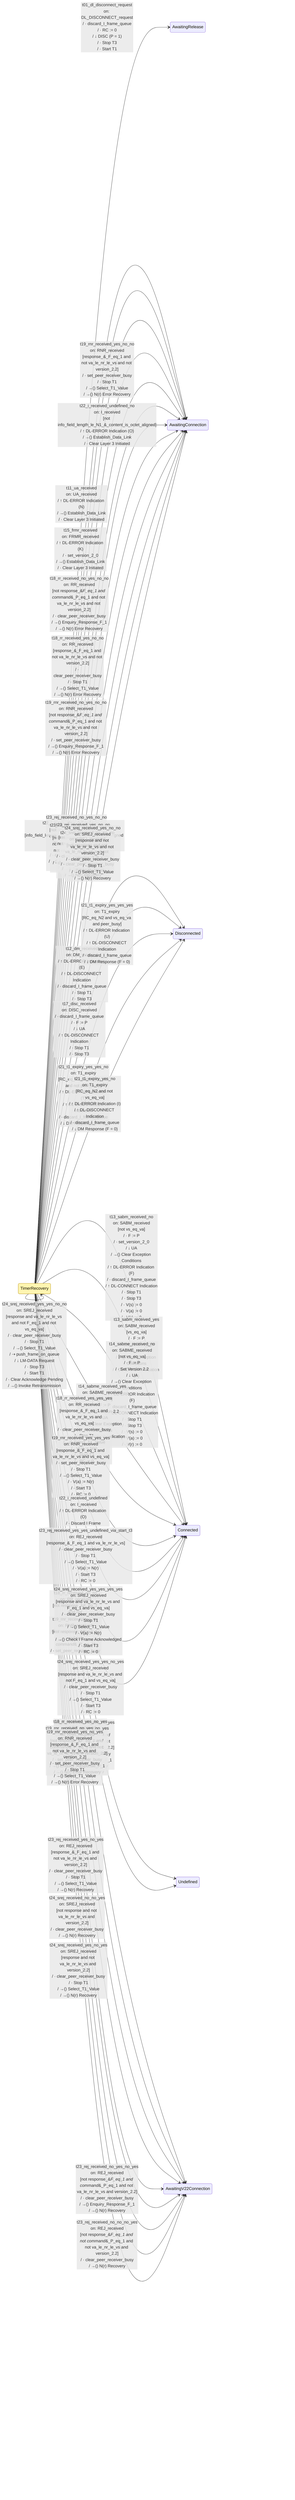
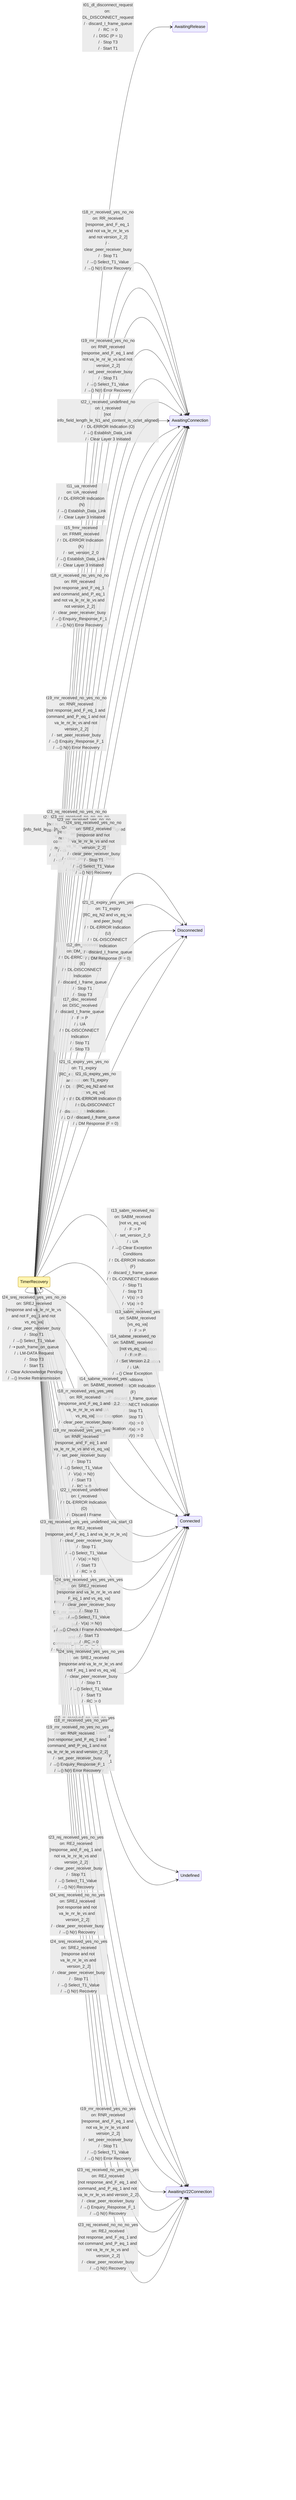
%% This file was produced by codegen/src/Packet.Sdl.CodeGen from spec-sdl/v2.2-errata/data-link/yaml/timer_recovery.sdl.yaml
%% Do not edit by hand. Run `dotnet run --project codegen/src/Packet.Sdl.CodeGen` to regenerate.
%%
%% Source: ax.25.2.2.4_Oct_25, figure figc4.5
%% Coverage: partial
%%
%% Important: this rendering is approximate and intentionally
%% looks nothing like the original SDL figure. It is a machine-
%% generated view of the transitions in the .sdl.yaml — useful
%% for spotting transcription bugs (missing transitions, wrong
%% destination state) but NOT a substitute for reading the spec
%% figure itself. See docs/sdl-primer.md.

stateDiagram-v2
    direction LR

    classDef focal fill:#fff5b1,stroke:#b08800;
    class TimerRecovery focal
    TimerRecovery --> AwaitingRelease: t01_dl_disconnect_request<br/>on: DL_DISCONNECT_request<br/>/ · discard_I_frame_queue<br/>/ · RC := 0<br/>/ ↓ DISC (P = 1)<br/>/ · Stop T3<br/>/ · Start T1
    TimerRecovery --> TimerRecovery: t02_dl_data_request<br/>on: DL_DATA_request<br/>/ ⇢ Push on I Frame Queue
    TimerRecovery --> TimerRecovery: t03_i_frame_pops_off_queue_yes<br/>on: I_frame_pops_off_queue<br/>[peer_receiver_busy]<br/>/ ⇢ Push I Frame on I Queue
-     TimerRecovery --> TimerRecovery: t03_i_frame_pops_off_queue_no_yes<br/>on: I_frame_pops_off_queue<br/>[not peer_receiver_busy and vseqva+k]<br/>/ ⇢ Push I Frame on I Queue
-     TimerRecovery --> TimerRecovery: t03_i_frame_pops_off_queue_no_no_yes<br/>on: I_frame_pops_off_queue<br/>[not peer_receiver_busy and not vseqva+k and T1_running]<br/>/ · N(s) := V(s)<br/>/ · N(R) := V(r)<br/>/ · P := 0<br/>/ ↓ I Command<br/>/ · V(s) := V(s) + 1<br/>/ · Clear Acknowledge Pending
-     TimerRecovery --> TimerRecovery: t03_i_frame_pops_off_queue_no_no_no<br/>on: I_frame_pops_off_queue<br/>[not peer_receiver_busy and not vseqva+k and not T1_running]<br/>/ · N(s) := V(s)<br/>/ · N(R) := V(r)<br/>/ · P := 0<br/>/ ↓ I Command<br/>/ · V(s) := V(s) + 1<br/>/ · Clear Acknowledge Pending<br/>/ · Stop T3<br/>/ · Start T1
+     TimerRecovery --> TimerRecovery: t03_i_frame_pops_off_queue_no_yes<br/>on: I_frame_pops_off_queue<br/>[not peer_receiver_busy and vs_eq_va_plus_k]<br/>/ ⇢ Push I Frame on I Queue
+     TimerRecovery --> TimerRecovery: t03_i_frame_pops_off_queue_no_no_yes<br/>on: I_frame_pops_off_queue<br/>[not peer_receiver_busy and not vs_eq_va_plus_k and T1_running]<br/>/ · N(s) := V(s)<br/>/ · N(R) := V(r)<br/>/ · P := 0<br/>/ ↓ I Command<br/>/ · V(s) := V(s) + 1<br/>/ · Clear Acknowledge Pending
+     TimerRecovery --> TimerRecovery: t03_i_frame_pops_off_queue_no_no_no<br/>on: I_frame_pops_off_queue<br/>[not peer_receiver_busy and not vs_eq_va_plus_k and not T1_running]<br/>/ · N(s) := V(s)<br/>/ · N(R) := V(r)<br/>/ · P := 0<br/>/ ↓ I Command<br/>/ · V(s) := V(s) + 1<br/>/ · Clear Acknowledge Pending<br/>/ · Stop T3<br/>/ · Start T1
    TimerRecovery --> TimerRecovery: t04_dl_unit_data_request<br/>on: DL_UNIT_DATA_request<br/>/ ↓ UI Command
    TimerRecovery --> TimerRecovery: t05_dl_flow_off_request_yes<br/>on: DL_FLOW_OFF_request<br/>[own_receiver_busy]<br/>/ · Set Own Receiver Busy<br/>/ ↓ RNR Response (F = 0)<br/>/ · Clear Acknowledge Pending
    TimerRecovery --> TimerRecovery: t05_dl_flow_off_request_no<br/>on: DL_FLOW_OFF_request<br/>[not own_receiver_busy]
    TimerRecovery --> TimerRecovery: t06_dl_flow_on_request_yes_no<br/>on: DL_FLOW_ON_request<br/>[own_receiver_busy and not T1_running]<br/>/ · Clear Own Receiver Busy<br/>/ ↓ RR Command (P = 0)<br/>/ · Clear Acknowledge Pending<br/>/ · Stop T3<br/>/ · Start T1
    TimerRecovery --> TimerRecovery: t06_dl_flow_on_request_yes_yes<br/>on: DL_FLOW_ON_request<br/>[own_receiver_busy and T1_running]<br/>/ · Clear Own Receiver Busy<br/>/ ↓ RR Command (P = 0)<br/>/ · Clear Acknowledge Pending
    TimerRecovery --> TimerRecovery: t06_dl_flow_on_request_no<br/>on: DL_FLOW_ON_request<br/>[not own_receiver_busy]
    TimerRecovery --> TimerRecovery: t07_dl_connect_request<br/>on: DL_CONNECT_request<br/>/ · discard_I_frame_queue<br/>/ →() Establish_Data_Link<br/>/ · Set Layer 3 Initiated
    TimerRecovery --> TimerRecovery: t08_control_field_error<br/>on: control_field_error<br/>/ ↑ DL-ERROR Indication (L)<br/>/ · discard_I_frame_queue<br/>/ →() Establish_Data_Link<br/>/ · Set Layer 3 Initiated
    TimerRecovery --> TimerRecovery: t09_info_not_permitted_in_frame<br/>on: info_not_permitted_in_frame<br/>/ ↑ DL-ERROR Indication (M)<br/>/ · discard_I_frame_queue<br/>/ →() Establish_Data_Link<br/>/ · Set Layer 3 Initiated
    TimerRecovery --> TimerRecovery: t10_u_or_s_frame_length_error<br/>on: u_or_s_frame_length_error<br/>/ ↑ DL-ERROR Indication (N)<br/>/ · discard_I_frame_queue<br/>/ →() Establish_Data_Link<br/>/ · Set Layer 3 Initiated
    TimerRecovery --> AwaitingConnection: t11_ua_received<br/>on: UA_received<br/>/ ↑ DL-ERROR Indication (N)<br/>/ →() Establish_Data_Link<br/>/ · Clear Layer 3 Initiated
    TimerRecovery --> Disconnected: t12_dm_received<br/>on: DM_received<br/>/ ↑ DL-ERROR Indication (E)<br/>/ ↑ DL-DISCONNECT Indication<br/>/ · discard_I_frame_queue<br/>/ · Stop T1<br/>/ · Stop T3
    TimerRecovery --> Connected: t13_sabm_received_no<br/>on: SABM_received<br/>[not vs_eq_va]<br/>/ · F := P<br/>/ · set_version_2_0<br/>/ ↓ UA<br/>/ →() Clear Exception Conditions<br/>/ ↑ DL-ERROR Indication (F)<br/>/ · discard_I_frame_queue<br/>/ ↑ DL-CONNECT Indication<br/>/ · Stop T1<br/>/ · Stop T3<br/>/ · V(s) := 0<br/>/ · V(a) := 0<br/>/ · V(r) := 0
    TimerRecovery --> Connected: t13_sabm_received_yes<br/>on: SABM_received<br/>[vs_eq_va]<br/>/ · F := P<br/>/ · set_version_2_0<br/>/ ↓ UA<br/>/ →() Clear Exception Conditions<br/>/ ↑ DL-ERROR Indication (F)
    TimerRecovery --> Connected: t14_sabme_received_no<br/>on: SABME_received<br/>[not vs_eq_va]<br/>/ · F := P<br/>/ · Set Version 2.2<br/>/ ↓ UA<br/>/ →() Clear Exception Conditions<br/>/ ↑ DL-ERROR Indication (F)<br/>/ · discard_I_frame_queue<br/>/ ↑ DL-CONNECT Indication<br/>/ · Stop T1<br/>/ · Stop T3<br/>/ · V(s) := 0<br/>/ · V(a) := 0<br/>/ · V(r) := 0
    TimerRecovery --> Connected: t14_sabme_received_yes<br/>on: SABME_received<br/>[vs_eq_va]<br/>/ · F := P<br/>/ · Set Version 2.2<br/>/ ↓ UA<br/>/ →() Clear Exception Conditions<br/>/ ↑ DL-ERROR Indication (F)
    TimerRecovery --> AwaitingConnection: t15_frmr_received<br/>on: FRMR_received<br/>/ ↑ DL-ERROR Indication (K)<br/>/ · set_version_2_0<br/>/ →() Establish_Data_Link<br/>/ · Clear Layer 3 Initiated
    TimerRecovery --> TimerRecovery: t16_ui_received_yes<br/>on: UI_received<br/>[P_eq_1]<br/>/ →() UI Check<br/>/ →() Enquiry_Response_F_1
    TimerRecovery --> TimerRecovery: t16_ui_received_no<br/>on: UI_received<br/>[not P_eq_1]<br/>/ →() UI Check
    TimerRecovery --> Disconnected: t17_disc_received<br/>on: DISC_received<br/>/ · discard_I_frame_queue<br/>/ · F := P<br/>/ ↓ UA<br/>/ ↑ DL-DISCONNECT Indication<br/>/ · Stop T1<br/>/ · Stop T3
-     TimerRecovery --> Undefined: t18_rr_received_no_no<br/>on: RR_received<br/>[not response_&_F_eq_1 and not command_&_P_eq_1]<br/>/ · clear_peer_receiver_busy
-     TimerRecovery --> TimerRecovery: t18_rr_received_no_yes_yes<br/>on: RR_received<br/>[not response_&_F_eq_1 and command_&_P_eq_1 and va_le_nr_le_vs]<br/>/ · clear_peer_receiver_busy<br/>/ →() Enquiry_Response_F_1<br/>/ · V(a) := N(r)
-     TimerRecovery --> AwaitingConnection: t18_rr_received_no_yes_no_no<br/>on: RR_received<br/>[not response_&_F_eq_1 and command_&_P_eq_1 and not va_le_nr_le_vs and not version_2.2]<br/>/ · clear_peer_receiver_busy<br/>/ →() Enquiry_Response_F_1<br/>/ →() N(r) Error Recovery
-     TimerRecovery --> AwaitingV22Connection: t18_rr_received_no_yes_no_yes<br/>on: RR_received<br/>[not response_&_F_eq_1 and command_&_P_eq_1 and not va_le_nr_le_vs and version_2.2]<br/>/ · clear_peer_receiver_busy<br/>/ →() Enquiry_Response_F_1<br/>/ →() N(r) Error Recovery
-     TimerRecovery --> AwaitingConnection: t18_rr_received_yes_no_no<br/>on: RR_received<br/>[response_&_F_eq_1 and not va_le_nr_le_vs and not version_2.2]<br/>/ · clear_peer_receiver_busy<br/>/ · Stop T1<br/>/ →() Select_T1_Value<br/>/ →() N(r) Error Recovery
-     TimerRecovery --> AwaitingV22Connection: t18_rr_received_yes_no_yes<br/>on: RR_received<br/>[response_&_F_eq_1 and not va_le_nr_le_vs and version_2.2]<br/>/ · clear_peer_receiver_busy<br/>/ · Stop T1<br/>/ →() Select_T1_Value<br/>/ →() N(r) Error Recovery
-     TimerRecovery --> TimerRecovery: t18_rr_received_yes_yes_no<br/>on: RR_received<br/>[response_&_F_eq_1 and va_le_nr_le_vs and not vs_eq_va]<br/>/ · clear_peer_receiver_busy<br/>/ · Stop T1<br/>/ →() Select_T1_Value<br/>/ · V(a) := N(r)<br/>/ →() Invoke Retransmission<br/>/ · Stop T3<br/>/ · Start T1<br/>/ · Set Acknowledge Pending
-     TimerRecovery --> Connected: t18_rr_received_yes_yes_yes<br/>on: RR_received<br/>[response_&_F_eq_1 and va_le_nr_le_vs and vs_eq_va]<br/>/ · clear_peer_receiver_busy<br/>/ · Stop T1<br/>/ →() Select_T1_Value<br/>/ · V(a) := N(r)<br/>/ · Start T3<br/>/ · RC := 0
-     TimerRecovery --> Undefined: t19_rnr_received_no_no<br/>on: RNR_received<br/>[not response_&_F_eq_1 and not command_&_P_eq_1]<br/>/ · set_peer_receiver_busy
-     TimerRecovery --> TimerRecovery: t19_rnr_received_no_yes_yes<br/>on: RNR_received<br/>[not response_&_F_eq_1 and command_&_P_eq_1 and va_le_nr_le_vs]<br/>/ · set_peer_receiver_busy<br/>/ →() Enquiry_Response_F_1<br/>/ · V(a) := N(r)
-     TimerRecovery --> AwaitingConnection: t19_rnr_received_no_yes_no_no<br/>on: RNR_received<br/>[not response_&_F_eq_1 and command_&_P_eq_1 and not va_le_nr_le_vs and not version_2.2]<br/>/ · set_peer_receiver_busy<br/>/ →() Enquiry_Response_F_1<br/>/ →() N(r) Error Recovery
-     TimerRecovery --> AwaitingV22Connection: t19_rnr_received_no_yes_no_yes<br/>on: RNR_received<br/>[not response_&_F_eq_1 and command_&_P_eq_1 and not va_le_nr_le_vs and version_2.2]<br/>/ · set_peer_receiver_busy<br/>/ →() Enquiry_Response_F_1<br/>/ →() N(r) Error Recovery
-     TimerRecovery --> AwaitingConnection: t19_rnr_received_yes_no_no<br/>on: RNR_received<br/>[response_&_F_eq_1 and not va_le_nr_le_vs and not version_2.2]<br/>/ · set_peer_receiver_busy<br/>/ · Stop T1<br/>/ →() Select_T1_Value<br/>/ →() N(r) Error Recovery
-     TimerRecovery --> AwaitingV22Connection: t19_rnr_received_yes_no_yes<br/>on: RNR_received<br/>[response_&_F_eq_1 and not va_le_nr_le_vs and version_2.2]<br/>/ · set_peer_receiver_busy<br/>/ · Stop T1<br/>/ →() Select_T1_Value<br/>/ →() N(r) Error Recovery
-     TimerRecovery --> TimerRecovery: t19_rnr_received_yes_yes_no<br/>on: RNR_received<br/>[response_&_F_eq_1 and va_le_nr_le_vs and not vs_eq_va]<br/>/ · set_peer_receiver_busy<br/>/ · Stop T1<br/>/ →() Select_T1_Value<br/>/ · V(a) := N(r)<br/>/ →() Invoke Retransmission<br/>/ · Stop T3<br/>/ · Start T1<br/>/ · Set Acknowledge Pending
-     TimerRecovery --> Connected: t19_rnr_received_yes_yes_yes<br/>on: RNR_received<br/>[response_&_F_eq_1 and va_le_nr_le_vs and vs_eq_va]<br/>/ · set_peer_receiver_busy<br/>/ · Stop T1<br/>/ →() Select_T1_Value<br/>/ · V(a) := N(r)<br/>/ · Start T3<br/>/ · RC := 0
+     TimerRecovery --> Undefined: t18_rr_received_no_no<br/>on: RR_received<br/>[not response_and_F_eq_1 and not command_and_P_eq_1]<br/>/ · clear_peer_receiver_busy
+     TimerRecovery --> TimerRecovery: t18_rr_received_no_yes_yes<br/>on: RR_received<br/>[not response_and_F_eq_1 and command_and_P_eq_1 and va_le_nr_le_vs]<br/>/ · clear_peer_receiver_busy<br/>/ →() Enquiry_Response_F_1<br/>/ · V(a) := N(r)
+     TimerRecovery --> AwaitingConnection: t18_rr_received_no_yes_no_no<br/>on: RR_received<br/>[not response_and_F_eq_1 and command_and_P_eq_1 and not va_le_nr_le_vs and not version_2_2]<br/>/ · clear_peer_receiver_busy<br/>/ →() Enquiry_Response_F_1<br/>/ →() N(r) Error Recovery
+     TimerRecovery --> AwaitingV22Connection: t18_rr_received_no_yes_no_yes<br/>on: RR_received<br/>[not response_and_F_eq_1 and command_and_P_eq_1 and not va_le_nr_le_vs and version_2_2]<br/>/ · clear_peer_receiver_busy<br/>/ →() Enquiry_Response_F_1<br/>/ →() N(r) Error Recovery
+     TimerRecovery --> AwaitingConnection: t18_rr_received_yes_no_no<br/>on: RR_received<br/>[response_and_F_eq_1 and not va_le_nr_le_vs and not version_2_2]<br/>/ · clear_peer_receiver_busy<br/>/ · Stop T1<br/>/ →() Select_T1_Value<br/>/ →() N(r) Error Recovery
+     TimerRecovery --> AwaitingV22Connection: t18_rr_received_yes_no_yes<br/>on: RR_received<br/>[response_and_F_eq_1 and not va_le_nr_le_vs and version_2_2]<br/>/ · clear_peer_receiver_busy<br/>/ · Stop T1<br/>/ →() Select_T1_Value<br/>/ →() N(r) Error Recovery
+     TimerRecovery --> TimerRecovery: t18_rr_received_yes_yes_no<br/>on: RR_received<br/>[response_and_F_eq_1 and va_le_nr_le_vs and not vs_eq_va]<br/>/ · clear_peer_receiver_busy<br/>/ · Stop T1<br/>/ →() Select_T1_Value<br/>/ · V(a) := N(r)<br/>/ →() Invoke Retransmission<br/>/ · Stop T3<br/>/ · Start T1<br/>/ · Set Acknowledge Pending
+     TimerRecovery --> Connected: t18_rr_received_yes_yes_yes<br/>on: RR_received<br/>[response_and_F_eq_1 and va_le_nr_le_vs and vs_eq_va]<br/>/ · clear_peer_receiver_busy<br/>/ · Stop T1<br/>/ →() Select_T1_Value<br/>/ · V(a) := N(r)<br/>/ · Start T3<br/>/ · RC := 0
+     TimerRecovery --> Undefined: t19_rnr_received_no_no<br/>on: RNR_received<br/>[not response_and_F_eq_1 and not command_and_P_eq_1]<br/>/ · set_peer_receiver_busy
+     TimerRecovery --> TimerRecovery: t19_rnr_received_no_yes_yes<br/>on: RNR_received<br/>[not response_and_F_eq_1 and command_and_P_eq_1 and va_le_nr_le_vs]<br/>/ · set_peer_receiver_busy<br/>/ →() Enquiry_Response_F_1<br/>/ · V(a) := N(r)
+     TimerRecovery --> AwaitingConnection: t19_rnr_received_no_yes_no_no<br/>on: RNR_received<br/>[not response_and_F_eq_1 and command_and_P_eq_1 and not va_le_nr_le_vs and not version_2_2]<br/>/ · set_peer_receiver_busy<br/>/ →() Enquiry_Response_F_1<br/>/ →() N(r) Error Recovery
+     TimerRecovery --> AwaitingV22Connection: t19_rnr_received_no_yes_no_yes<br/>on: RNR_received<br/>[not response_and_F_eq_1 and command_and_P_eq_1 and not va_le_nr_le_vs and version_2_2]<br/>/ · set_peer_receiver_busy<br/>/ →() Enquiry_Response_F_1<br/>/ →() N(r) Error Recovery
+     TimerRecovery --> AwaitingConnection: t19_rnr_received_yes_no_no<br/>on: RNR_received<br/>[response_and_F_eq_1 and not va_le_nr_le_vs and not version_2_2]<br/>/ · set_peer_receiver_busy<br/>/ · Stop T1<br/>/ →() Select_T1_Value<br/>/ →() N(r) Error Recovery
+     TimerRecovery --> AwaitingV22Connection: t19_rnr_received_yes_no_yes<br/>on: RNR_received<br/>[response_and_F_eq_1 and not va_le_nr_le_vs and version_2_2]<br/>/ · set_peer_receiver_busy<br/>/ · Stop T1<br/>/ →() Select_T1_Value<br/>/ →() N(r) Error Recovery
+     TimerRecovery --> TimerRecovery: t19_rnr_received_yes_yes_no<br/>on: RNR_received<br/>[response_and_F_eq_1 and va_le_nr_le_vs and not vs_eq_va]<br/>/ · set_peer_receiver_busy<br/>/ · Stop T1<br/>/ →() Select_T1_Value<br/>/ · V(a) := N(r)<br/>/ →() Invoke Retransmission<br/>/ · Stop T3<br/>/ · Start T1<br/>/ · Set Acknowledge Pending
+     TimerRecovery --> Connected: t19_rnr_received_yes_yes_yes<br/>on: RNR_received<br/>[response_and_F_eq_1 and va_le_nr_le_vs and vs_eq_va]<br/>/ · set_peer_receiver_busy<br/>/ · Stop T1<br/>/ →() Select_T1_Value<br/>/ · V(a) := N(r)<br/>/ · Start T3<br/>/ · RC := 0
    TimerRecovery --> TimerRecovery: t20_lm_seize_confirm_yes<br/>on: LM_SEIZE_confirm<br/>[ACK_pending]<br/>/ · Clear Acknowledge Pending<br/>/ →() Enquiry Response (F = 0)<br/>/ ↓ LM_RELEASE Request
    TimerRecovery --> TimerRecovery: t20_lm_seize_confirm_no<br/>on: LM_SEIZE_confirm<br/>[not ACK_pending]<br/>/ ↓ LM_RELEASE Request
    TimerRecovery --> TimerRecovery: t21_t1_expiry_no<br/>on: T1_expiry<br/>[not RC_eq_N2]<br/>/ →() Transmit Enquiry<br/>/ · RC := RC + 1
    TimerRecovery --> Disconnected: t21_t1_expiry_yes_yes_yes<br/>on: T1_expiry<br/>[RC_eq_N2 and vs_eq_va and peer_busy]<br/>/ ↑ DL-ERROR Indication (U)<br/>/ ↑ DL-DISCONNECT Indication<br/>/ · discard_I_frame_queue<br/>/ ↓ DM Response (F = 0)
    TimerRecovery --> Disconnected: t21_t1_expiry_yes_yes_no<br/>on: T1_expiry<br/>[RC_eq_N2 and vs_eq_va and not peer_busy]<br/>/ ↑ DL-ERROR Indication (T)<br/>/ ↑ DL-DISCONNECT Indication<br/>/ · discard_I_frame_queue<br/>/ ↓ DM Response (F = 0)
    TimerRecovery --> Disconnected: t21_t1_expiry_yes_no<br/>on: T1_expiry<br/>[RC_eq_N2 and not vs_eq_va]<br/>/ ↑ DL-ERROR Indication (I)<br/>/ ↑ DL-DISCONNECT Indication<br/>/ · discard_I_frame_queue<br/>/ ↓ DM Response (F = 0)
    TimerRecovery --> Connected: t22_i_received_undefined<br/>on: I_received<br/>/ ↑ DL-ERROR Indication (O)<br/>/ · Discard I Frame
-     TimerRecovery --> AwaitingConnection: t22_i_received_undefined_no<br/>on: I_received<br/>[not info_field_length_le_N1_&_content_is_octet_aligned]<br/>/ ↑ DL-ERROR Indication (O)<br/>/ →() Establish_Data_Link<br/>/ · Clear Layer 3 Initiated
-     TimerRecovery --> AwaitingConnection: t22_i_received_undefined_yes_no<br/>on: I_received<br/>[info_field_length_le_N1_&_content_is_octet_aligned and not va_le_nr_le_vs]<br/>/ →() N(r) Recovery
-     TimerRecovery --> TimerRecovery: t22_i_received_undefined_yes_yes_yes_yes<br/>on: I_received<br/>[info_field_length_le_N1_&_content_is_octet_aligned and va_le_nr_le_vs and own_receive_busy and P_eq_1]<br/>/ →() Check_I_Frame_Acknowledged<br/>/ · Discard Contents of I Frame<br/>/ · F := 1<br/>/ · N(r) := V(r)<br/>/ ↓ RNR<br/>/ · Clear Acknowledge Pending
-     TimerRecovery --> TimerRecovery: t22_i_received_undefined_yes_yes_yes_no<br/>on: I_received<br/>[info_field_length_le_N1_&_content_is_octet_aligned and va_le_nr_le_vs and own_receive_busy and not P_eq_1]<br/>/ →() Check_I_Frame_Acknowledged<br/>/ · Discard Contents of I Frame
-     TimerRecovery --> TimerRecovery: t22_i_received_undefined_yes_yes_no_yes_no_yes<br/>on: I_received<br/>[info_field_length_le_N1_&_content_is_octet_aligned and va_le_nr_le_vs and not own_receive_busy and ns_eq_vr and P_eq_1]<br/>/ →() Check_I_Frame_Acknowledged<br/>/ · V(r) := V(r) + 1<br/>/ · Clear Reject Exception<br/>/ · Decrement Sreject Exception if > 0<br/>/ ↑ DL-DATA Indication<br/>/ · F := 1<br/>/ · N(r) := V(r)<br/>/ ↓ RR<br/>/ · Clear Acknowledge Pending
-     TimerRecovery --> TimerRecovery: t22_i_received_undefined_yes_yes_no_yes_no_no_no<br/>on: I_received<br/>[info_field_length_le_N1_&_content_is_octet_aligned and va_le_nr_le_vs and not own_receive_busy and ns_eq_vr and not P_eq_1 and not ack_pending]<br/>/ →() Check_I_Frame_Acknowledged<br/>/ · V(r) := V(r) + 1<br/>/ · Clear Reject Exception<br/>/ · Decrement Sreject Exception if > 0<br/>/ ↑ DL-DATA Indication<br/>/ · Set Acknowledge Pending<br/>/ ↓ LM-SIEZE Request
-     TimerRecovery --> TimerRecovery: t22_i_received_undefined_yes_yes_no_yes_no_no_yes<br/>on: I_received<br/>[info_field_length_le_N1_&_content_is_octet_aligned and va_le_nr_le_vs and not own_receive_busy and ns_eq_vr and not P_eq_1 and ack_pending]<br/>/ →() Check_I_Frame_Acknowledged<br/>/ · V(r) := V(r) + 1<br/>/ · Clear Reject Exception<br/>/ · Decrement Sreject Exception if > 0<br/>/ ↑ DL-DATA Indication
-     TimerRecovery --> TimerRecovery: t22_i_received_undefined_yes_yes_no_no_yes_yes<br/>on: I_received<br/>[info_field_length_le_N1_&_content_is_octet_aligned and va_le_nr_le_vs and not own_receive_busy and not ns_eq_vr and reject_exception and P_eq_1]<br/>/ →() Check_I_Frame_Acknowledged<br/>/ · Discard Contents of I Frame<br/>/ · F := 1<br/>/ · N(r) := V(r)<br/>/ ↓ RR<br/>/ · Clear Acknowledge Pending
-     TimerRecovery --> TimerRecovery: t22_i_received_undefined_yes_yes_no_no_yes_no<br/>on: I_received<br/>[info_field_length_le_N1_&_content_is_octet_aligned and va_le_nr_le_vs and not own_receive_busy and not ns_eq_vr and reject_exception and not P_eq_1]<br/>/ →() Check_I_Frame_Acknowledged<br/>/ · Discard Contents of I Frame
-     TimerRecovery --> TimerRecovery: t22_i_received_undefined_yes_yes_no_no_no_no<br/>on: I_received<br/>[info_field_length_le_N1_&_content_is_octet_aligned and va_le_nr_le_vs and not own_receive_busy and not ns_eq_vr and not reject_exception and not SREJ_enabled]<br/>/ →() Check_I_Frame_Acknowledged<br/>/ · Discard Contents of I Frame<br/>/ · Set Reject Exception<br/>/ · F := P<br/>/ · N(r) := V(r)<br/>/ ↓ REJ<br/>/ · Set Acknowledge Pending
-     TimerRecovery --> TimerRecovery: t22_i_received_undefined_yes_yes_no_no_no_yes_no_yes<br/>on: I_received<br/>[info_field_length_le_N1_&_content_is_octet_aligned and va_le_nr_le_vs and not own_receive_busy and not ns_eq_vr and not reject_exception and SREJ_enabled and not sreject_exception_gt0 and ns_gt_vr+1]<br/>/ →() Check_I_Frame_Acknowledged<br/>/ · Save Contents of I Frame<br/>/ · Discard Contents of I Frame<br/>/ · Set Reject Exception<br/>/ · F := P<br/>/ · N(r) := V(r)<br/>/ ↓ REJ<br/>/ · Set Acknowledge Pending
-     TimerRecovery --> TimerRecovery: t22_i_received_undefined_yes_yes_no_no_no_yes_no_no<br/>on: I_received<br/>[info_field_length_le_N1_&_content_is_octet_aligned and va_le_nr_le_vs and not own_receive_busy and not ns_eq_vr and not reject_exception and SREJ_enabled and not sreject_exception_gt0 and not ns_gt_vr+1]<br/>/ →() Check_I_Frame_Acknowledged<br/>/ · Save Contents of I Frame<br/>/ · N(r) := V(r)<br/>/ · F := 1<br/>/ · Sreject := Sreject + 1<br/>/ ↓ SREJ
-     TimerRecovery --> TimerRecovery: t22_i_received_undefined_yes_yes_no_no_no_yes_yes<br/>on: I_received<br/>[info_field_length_le_N1_&_content_is_octet_aligned and va_le_nr_le_vs and not own_receive_busy and not ns_eq_vr and not reject_exception and SREJ_enabled and sreject_exception_gt0]<br/>/ →() Check_I_Frame_Acknowledged<br/>/ · Save Contents of I Frame<br/>/ · N(r) := V(r)<br/>/ · F := 0<br/>/ · Sreject := Sreject + 1<br/>/ ↓ SREJ
-     TimerRecovery --> TimerRecovery: t23_rej_received_no_yes_yes_yes<br/>on: REJ_received<br/>[not response_&_F_eq_1 and command_&_P_eq_1 and va_le_nr_le_vs and vs_eq_va]<br/>/ · clear_peer_receiver_busy<br/>/ →() Enquiry_Response_F_1<br/>/ · V(a) := N(r)
-     TimerRecovery --> TimerRecovery: t23_rej_received_no_yes_yes_no<br/>on: REJ_received<br/>[not response_&_F_eq_1 and command_&_P_eq_1 and va_le_nr_le_vs and not vs_eq_va]<br/>/ · clear_peer_receiver_busy<br/>/ →() Enquiry_Response_F_1<br/>/ · V(a) := N(r)<br/>/ →() Invoke Retransmission<br/>/ · Stop T3<br/>/ · Start T1<br/>/ · Clear Acknowledge Pending
-     TimerRecovery --> AwaitingV22Connection: t23_rej_received_no_yes_no_yes<br/>on: REJ_received<br/>[not response_&_F_eq_1 and command_&_P_eq_1 and not va_le_nr_le_vs and version_2.2]<br/>/ · clear_peer_receiver_busy<br/>/ →() Enquiry_Response_F_1<br/>/ →() N(r) Recovery
-     TimerRecovery --> AwaitingConnection: t23_rej_received_no_yes_no_no<br/>on: REJ_received<br/>[not response_&_F_eq_1 and command_&_P_eq_1 and not va_le_nr_le_vs and not version_2.2]<br/>/ · clear_peer_receiver_busy<br/>/ →() Enquiry_Response_F_1<br/>/ →() N(r) Recovery
-     TimerRecovery --> TimerRecovery: t23_rej_received_no_no_yes_yes<br/>on: REJ_received<br/>[not response_&_F_eq_1 and not command_&_P_eq_1 and va_le_nr_le_vs and vs_eq_va]<br/>/ · clear_peer_receiver_busy<br/>/ · V(a) := N(r)
-     TimerRecovery --> TimerRecovery: t23_rej_received_no_no_yes_no<br/>on: REJ_received<br/>[not response_&_F_eq_1 and not command_&_P_eq_1 and va_le_nr_le_vs and not vs_eq_va]<br/>/ · clear_peer_receiver_busy<br/>/ · V(a) := N(r)<br/>/ →() Invoke Retransmission<br/>/ · Stop T3<br/>/ · Start T1<br/>/ · Clear Acknowledge Pending
-     TimerRecovery --> AwaitingV22Connection: t23_rej_received_no_no_no_yes<br/>on: REJ_received<br/>[not response_&_F_eq_1 and not command_&_P_eq_1 and not va_le_nr_le_vs and version_2.2]<br/>/ · clear_peer_receiver_busy<br/>/ →() N(r) Recovery
-     TimerRecovery --> AwaitingConnection: t23_rej_received_no_no_no_no<br/>on: REJ_received<br/>[not response_&_F_eq_1 and not command_&_P_eq_1 and not va_le_nr_le_vs and not version_2.2]<br/>/ · clear_peer_receiver_busy<br/>/ →() N(r) Recovery
-     TimerRecovery --> AwaitingV22Connection: t23_rej_received_yes_no_yes<br/>on: REJ_received<br/>[response_&_F_eq_1 and not va_le_nr_le_vs and version_2.2]<br/>/ · clear_peer_receiver_busy<br/>/ · Stop T1<br/>/ →() Select_T1_Value<br/>/ →() N(r) Recovery
-     TimerRecovery --> AwaitingConnection: t23_rej_received_yes_no_no<br/>on: REJ_received<br/>[response_&_F_eq_1 and not va_le_nr_le_vs and not version_2.2]<br/>/ · clear_peer_receiver_busy<br/>/ · Stop T1<br/>/ →() Select_T1_Value<br/>/ →() N(r) Recovery
-     TimerRecovery --> Connected: t23_rej_received_yes_yes_undefined_via_start_t3<br/>on: REJ_received<br/>[response_&_F_eq_1 and va_le_nr_le_vs]<br/>/ · clear_peer_receiver_busy<br/>/ · Stop T1<br/>/ →() Select_T1_Value<br/>/ · V(a) := N(r)<br/>/ · Start T3<br/>/ · RC := 0
-     TimerRecovery --> TimerRecovery: t23_rej_received_yes_yes_undefined_via_invoke_retransmission<br/>on: REJ_received<br/>[response_&_F_eq_1 and va_le_nr_le_vs]<br/>/ · clear_peer_receiver_busy<br/>/ · Stop T1<br/>/ →() Select_T1_Value<br/>/ · V(a) := N(r)<br/>/ →() Invoke Retransmission<br/>/ · Stop T3<br/>/ · Start T1<br/>/ · Clear Acknowledge Pending
+     TimerRecovery --> AwaitingConnection: t22_i_received_undefined_no<br/>on: I_received<br/>[not info_field_length_le_N1_and_content_is_octet_aligned]<br/>/ ↑ DL-ERROR Indication (O)<br/>/ →() Establish_Data_Link<br/>/ · Clear Layer 3 Initiated
+     TimerRecovery --> AwaitingConnection: t22_i_received_undefined_yes_no<br/>on: I_received<br/>[info_field_length_le_N1_and_content_is_octet_aligned and not va_le_nr_le_vs]<br/>/ →() N(r) Recovery
+     TimerRecovery --> TimerRecovery: t22_i_received_undefined_yes_yes_yes_yes<br/>on: I_received<br/>[info_field_length_le_N1_and_content_is_octet_aligned and va_le_nr_le_vs and own_receive_busy and P_eq_1]<br/>/ →() Check_I_Frame_Acknowledged<br/>/ · Discard Contents of I Frame<br/>/ · F := 1<br/>/ · N(r) := V(r)<br/>/ ↓ RNR<br/>/ · Clear Acknowledge Pending
+     TimerRecovery --> TimerRecovery: t22_i_received_undefined_yes_yes_yes_no<br/>on: I_received<br/>[info_field_length_le_N1_and_content_is_octet_aligned and va_le_nr_le_vs and own_receive_busy and not P_eq_1]<br/>/ →() Check_I_Frame_Acknowledged<br/>/ · Discard Contents of I Frame
+     TimerRecovery --> TimerRecovery: t22_i_received_undefined_yes_yes_no_yes_no_yes<br/>on: I_received<br/>[info_field_length_le_N1_and_content_is_octet_aligned and va_le_nr_le_vs and not own_receive_busy and ns_eq_vr and P_eq_1]<br/>/ →() Check_I_Frame_Acknowledged<br/>/ · V(r) := V(r) + 1<br/>/ · Clear Reject Exception<br/>/ · Decrement Sreject Exception if > 0<br/>/ ↑ DL-DATA Indication<br/>/ · F := 1<br/>/ · N(r) := V(r)<br/>/ ↓ RR<br/>/ · Clear Acknowledge Pending
+     TimerRecovery --> TimerRecovery: t22_i_received_undefined_yes_yes_no_yes_no_no_no<br/>on: I_received<br/>[info_field_length_le_N1_and_content_is_octet_aligned and va_le_nr_le_vs and not own_receive_busy and ns_eq_vr and not P_eq_1 and not ack_pending]<br/>/ →() Check_I_Frame_Acknowledged<br/>/ · V(r) := V(r) + 1<br/>/ · Clear Reject Exception<br/>/ · Decrement Sreject Exception if > 0<br/>/ ↑ DL-DATA Indication<br/>/ · Set Acknowledge Pending<br/>/ ↓ LM-SIEZE Request
+     TimerRecovery --> TimerRecovery: t22_i_received_undefined_yes_yes_no_yes_no_no_yes<br/>on: I_received<br/>[info_field_length_le_N1_and_content_is_octet_aligned and va_le_nr_le_vs and not own_receive_busy and ns_eq_vr and not P_eq_1 and ack_pending]<br/>/ →() Check_I_Frame_Acknowledged<br/>/ · V(r) := V(r) + 1<br/>/ · Clear Reject Exception<br/>/ · Decrement Sreject Exception if > 0<br/>/ ↑ DL-DATA Indication
+     TimerRecovery --> TimerRecovery: t22_i_received_undefined_yes_yes_no_no_yes_yes<br/>on: I_received<br/>[info_field_length_le_N1_and_content_is_octet_aligned and va_le_nr_le_vs and not own_receive_busy and not ns_eq_vr and reject_exception and P_eq_1]<br/>/ →() Check_I_Frame_Acknowledged<br/>/ · Discard Contents of I Frame<br/>/ · F := 1<br/>/ · N(r) := V(r)<br/>/ ↓ RR<br/>/ · Clear Acknowledge Pending
+     TimerRecovery --> TimerRecovery: t22_i_received_undefined_yes_yes_no_no_yes_no<br/>on: I_received<br/>[info_field_length_le_N1_and_content_is_octet_aligned and va_le_nr_le_vs and not own_receive_busy and not ns_eq_vr and reject_exception and not P_eq_1]<br/>/ →() Check_I_Frame_Acknowledged<br/>/ · Discard Contents of I Frame
+     TimerRecovery --> TimerRecovery: t22_i_received_undefined_yes_yes_no_no_no_no<br/>on: I_received<br/>[info_field_length_le_N1_and_content_is_octet_aligned and va_le_nr_le_vs and not own_receive_busy and not ns_eq_vr and not reject_exception and not SREJ_enabled]<br/>/ →() Check_I_Frame_Acknowledged<br/>/ · Discard Contents of I Frame<br/>/ · Set Reject Exception<br/>/ · F := P<br/>/ · N(r) := V(r)<br/>/ ↓ REJ<br/>/ · Set Acknowledge Pending
+     TimerRecovery --> TimerRecovery: t22_i_received_undefined_yes_yes_no_no_no_yes_no_yes<br/>on: I_received<br/>[info_field_length_le_N1_and_content_is_octet_aligned and va_le_nr_le_vs and not own_receive_busy and not ns_eq_vr and not reject_exception and SREJ_enabled and not sreject_exception_gt_0 and ns_gt_vr_plus_1]<br/>/ →() Check_I_Frame_Acknowledged<br/>/ · Save Contents of I Frame<br/>/ · Discard Contents of I Frame<br/>/ · Set Reject Exception<br/>/ · F := P<br/>/ · N(r) := V(r)<br/>/ ↓ REJ<br/>/ · Set Acknowledge Pending
+     TimerRecovery --> TimerRecovery: t22_i_received_undefined_yes_yes_no_no_no_yes_no_no<br/>on: I_received<br/>[info_field_length_le_N1_and_content_is_octet_aligned and va_le_nr_le_vs and not own_receive_busy and not ns_eq_vr and not reject_exception and SREJ_enabled and not sreject_exception_gt_0 and not ns_gt_vr_plus_1]<br/>/ →() Check_I_Frame_Acknowledged<br/>/ · Save Contents of I Frame<br/>/ · N(r) := V(r)<br/>/ · F := 1<br/>/ · Sreject := Sreject + 1<br/>/ ↓ SREJ
+     TimerRecovery --> TimerRecovery: t22_i_received_undefined_yes_yes_no_no_no_yes_yes<br/>on: I_received<br/>[info_field_length_le_N1_and_content_is_octet_aligned and va_le_nr_le_vs and not own_receive_busy and not ns_eq_vr and not reject_exception and SREJ_enabled and sreject_exception_gt_0]<br/>/ →() Check_I_Frame_Acknowledged<br/>/ · Save Contents of I Frame<br/>/ · N(r) := V(r)<br/>/ · F := 0<br/>/ · Sreject := Sreject + 1<br/>/ ↓ SREJ
+     TimerRecovery --> TimerRecovery: t23_rej_received_no_yes_yes_yes<br/>on: REJ_received<br/>[not response_and_F_eq_1 and command_and_P_eq_1 and va_le_nr_le_vs and vs_eq_va]<br/>/ · clear_peer_receiver_busy<br/>/ →() Enquiry_Response_F_1<br/>/ · V(a) := N(r)
+     TimerRecovery --> TimerRecovery: t23_rej_received_no_yes_yes_no<br/>on: REJ_received<br/>[not response_and_F_eq_1 and command_and_P_eq_1 and va_le_nr_le_vs and not vs_eq_va]<br/>/ · clear_peer_receiver_busy<br/>/ →() Enquiry_Response_F_1<br/>/ · V(a) := N(r)<br/>/ →() Invoke Retransmission<br/>/ · Stop T3<br/>/ · Start T1<br/>/ · Clear Acknowledge Pending
+     TimerRecovery --> AwaitingV22Connection: t23_rej_received_no_yes_no_yes<br/>on: REJ_received<br/>[not response_and_F_eq_1 and command_and_P_eq_1 and not va_le_nr_le_vs and version_2_2]<br/>/ · clear_peer_receiver_busy<br/>/ →() Enquiry_Response_F_1<br/>/ →() N(r) Recovery
+     TimerRecovery --> AwaitingConnection: t23_rej_received_no_yes_no_no<br/>on: REJ_received<br/>[not response_and_F_eq_1 and command_and_P_eq_1 and not va_le_nr_le_vs and not version_2_2]<br/>/ · clear_peer_receiver_busy<br/>/ →() Enquiry_Response_F_1<br/>/ →() N(r) Recovery
+     TimerRecovery --> TimerRecovery: t23_rej_received_no_no_yes_yes<br/>on: REJ_received<br/>[not response_and_F_eq_1 and not command_and_P_eq_1 and va_le_nr_le_vs and vs_eq_va]<br/>/ · clear_peer_receiver_busy<br/>/ · V(a) := N(r)
+     TimerRecovery --> TimerRecovery: t23_rej_received_no_no_yes_no<br/>on: REJ_received<br/>[not response_and_F_eq_1 and not command_and_P_eq_1 and va_le_nr_le_vs and not vs_eq_va]<br/>/ · clear_peer_receiver_busy<br/>/ · V(a) := N(r)<br/>/ →() Invoke Retransmission<br/>/ · Stop T3<br/>/ · Start T1<br/>/ · Clear Acknowledge Pending
+     TimerRecovery --> AwaitingV22Connection: t23_rej_received_no_no_no_yes<br/>on: REJ_received<br/>[not response_and_F_eq_1 and not command_and_P_eq_1 and not va_le_nr_le_vs and version_2_2]<br/>/ · clear_peer_receiver_busy<br/>/ →() N(r) Recovery
+     TimerRecovery --> AwaitingConnection: t23_rej_received_no_no_no_no<br/>on: REJ_received<br/>[not response_and_F_eq_1 and not command_and_P_eq_1 and not va_le_nr_le_vs and not version_2_2]<br/>/ · clear_peer_receiver_busy<br/>/ →() N(r) Recovery
+     TimerRecovery --> AwaitingV22Connection: t23_rej_received_yes_no_yes<br/>on: REJ_received<br/>[response_and_F_eq_1 and not va_le_nr_le_vs and version_2_2]<br/>/ · clear_peer_receiver_busy<br/>/ · Stop T1<br/>/ →() Select_T1_Value<br/>/ →() N(r) Recovery
+     TimerRecovery --> AwaitingConnection: t23_rej_received_yes_no_no<br/>on: REJ_received<br/>[response_and_F_eq_1 and not va_le_nr_le_vs and not version_2_2]<br/>/ · clear_peer_receiver_busy<br/>/ · Stop T1<br/>/ →() Select_T1_Value<br/>/ →() N(r) Recovery
+     TimerRecovery --> Connected: t23_rej_received_yes_yes_undefined_via_start_t3<br/>on: REJ_received<br/>[response_and_F_eq_1 and va_le_nr_le_vs]<br/>/ · clear_peer_receiver_busy<br/>/ · Stop T1<br/>/ →() Select_T1_Value<br/>/ · V(a) := N(r)<br/>/ · Start T3<br/>/ · RC := 0
+     TimerRecovery --> TimerRecovery: t23_rej_received_yes_yes_undefined_via_invoke_retransmission<br/>on: REJ_received<br/>[response_and_F_eq_1 and va_le_nr_le_vs]<br/>/ · clear_peer_receiver_busy<br/>/ · Stop T1<br/>/ →() Select_T1_Value<br/>/ · V(a) := N(r)<br/>/ →() Invoke Retransmission<br/>/ · Stop T3<br/>/ · Start T1<br/>/ · Clear Acknowledge Pending
    TimerRecovery --> TimerRecovery: t24_srej_received_no_yes_yes_yes<br/>on: SREJ_received<br/>[not response and va_le_nr_le_vs and P_eq_1 and vs_eq_va]<br/>/ · clear_peer_receiver_busy<br/>/ · V(a) := N(r)<br/>/ →() Check I Frame Acknowledged
    TimerRecovery --> TimerRecovery: t24_srej_received_no_yes_yes_no<br/>on: SREJ_received<br/>[not response and va_le_nr_le_vs and P_eq_1 and not vs_eq_va]<br/>/ · clear_peer_receiver_busy<br/>/ · V(a) := N(r)<br/>/ →() Check I Frame Acknowledged<br/>/ →() Invoke Retransmission
    TimerRecovery --> TimerRecovery: t24_srej_received_no_yes_no_yes<br/>on: SREJ_received<br/>[not response and va_le_nr_le_vs and not P_eq_1 and vs_eq_va]<br/>/ · clear_peer_receiver_busy
    TimerRecovery --> TimerRecovery: t24_srej_received_no_yes_no_no<br/>on: SREJ_received<br/>[not response and va_le_nr_le_vs and not P_eq_1 and not vs_eq_va]<br/>/ · clear_peer_receiver_busy<br/>/ →() Invoke Retransmission
-     TimerRecovery --> AwaitingConnection: t24_srej_received_no_no_no<br/>on: SREJ_received<br/>[not response and not va_le_nr_le_vs and not version_2.2]<br/>/ · clear_peer_receiver_busy<br/>/ →() N(r) Recovery
-     TimerRecovery --> AwaitingV22Connection: t24_srej_received_no_no_yes<br/>on: SREJ_received<br/>[not response and not va_le_nr_le_vs and version_2.2]<br/>/ · clear_peer_receiver_busy<br/>/ →() N(r) Recovery
-     TimerRecovery --> AwaitingConnection: t24_srej_received_yes_no_no<br/>on: SREJ_received<br/>[response and not va_le_nr_le_vs and not version_2.2]<br/>/ · clear_peer_receiver_busy<br/>/ · Stop T1<br/>/ →() Select_T1_Value<br/>/ →() N(r) Recovery
-     TimerRecovery --> AwaitingV22Connection: t24_srej_received_yes_no_yes<br/>on: SREJ_received<br/>[response and not va_le_nr_le_vs and version_2.2]<br/>/ · clear_peer_receiver_busy<br/>/ · Stop T1<br/>/ →() Select_T1_Value<br/>/ →() N(r) Recovery
+     TimerRecovery --> AwaitingConnection: t24_srej_received_no_no_no<br/>on: SREJ_received<br/>[not response and not va_le_nr_le_vs and not version_2_2]<br/>/ · clear_peer_receiver_busy<br/>/ →() N(r) Recovery
+     TimerRecovery --> AwaitingV22Connection: t24_srej_received_no_no_yes<br/>on: SREJ_received<br/>[not response and not va_le_nr_le_vs and version_2_2]<br/>/ · clear_peer_receiver_busy<br/>/ →() N(r) Recovery
+     TimerRecovery --> AwaitingConnection: t24_srej_received_yes_no_no<br/>on: SREJ_received<br/>[response and not va_le_nr_le_vs and not version_2_2]<br/>/ · clear_peer_receiver_busy<br/>/ · Stop T1<br/>/ →() Select_T1_Value<br/>/ →() N(r) Recovery
+     TimerRecovery --> AwaitingV22Connection: t24_srej_received_yes_no_yes<br/>on: SREJ_received<br/>[response and not va_le_nr_le_vs and version_2_2]<br/>/ · clear_peer_receiver_busy<br/>/ · Stop T1<br/>/ →() Select_T1_Value<br/>/ →() N(r) Recovery
    TimerRecovery --> Connected: t24_srej_received_yes_yes_yes_yes<br/>on: SREJ_received<br/>[response and va_le_nr_le_vs and F_eq_1 and vs_eq_va]<br/>/ · clear_peer_receiver_busy<br/>/ · Stop T1<br/>/ →() Select_T1_Value<br/>/ · V(a) := N(r)<br/>/ →() Check I Frame Acknowledged<br/>/ · Start T3<br/>/ · RC := 0
    TimerRecovery --> TimerRecovery: t24_srej_received_yes_yes_yes_no<br/>on: SREJ_received<br/>[response and va_le_nr_le_vs and F_eq_1 and not vs_eq_va]<br/>/ · clear_peer_receiver_busy<br/>/ · Stop T1<br/>/ →() Select_T1_Value<br/>/ · V(a) := N(r)<br/>/ →() Check I Frame Acknowledged<br/>/ ⇢ push_frame_on_queue<br/>/ ↓ LM-DATA Request<br/>/ · Stop T3<br/>/ · Start T1<br/>/ · Clear Acknowledge Pending<br/>/ →() Invoke Retransmission
    TimerRecovery --> Connected: t24_srej_received_yes_yes_no_yes<br/>on: SREJ_received<br/>[response and va_le_nr_le_vs and not F_eq_1 and vs_eq_va]<br/>/ · clear_peer_receiver_busy<br/>/ · Stop T1<br/>/ →() Select_T1_Value<br/>/ · Start T3<br/>/ · RC := 0
    TimerRecovery --> TimerRecovery: t24_srej_received_yes_yes_no_no<br/>on: SREJ_received<br/>[response and va_le_nr_le_vs and not F_eq_1 and not vs_eq_va]<br/>/ · clear_peer_receiver_busy<br/>/ · Stop T1<br/>/ →() Select_T1_Value<br/>/ ⇢ push_frame_on_queue<br/>/ ↓ LM-DATA Request<br/>/ · Stop T3<br/>/ · Start T1<br/>/ · Clear Acknowledge Pending<br/>/ →() Invoke Retransmission
